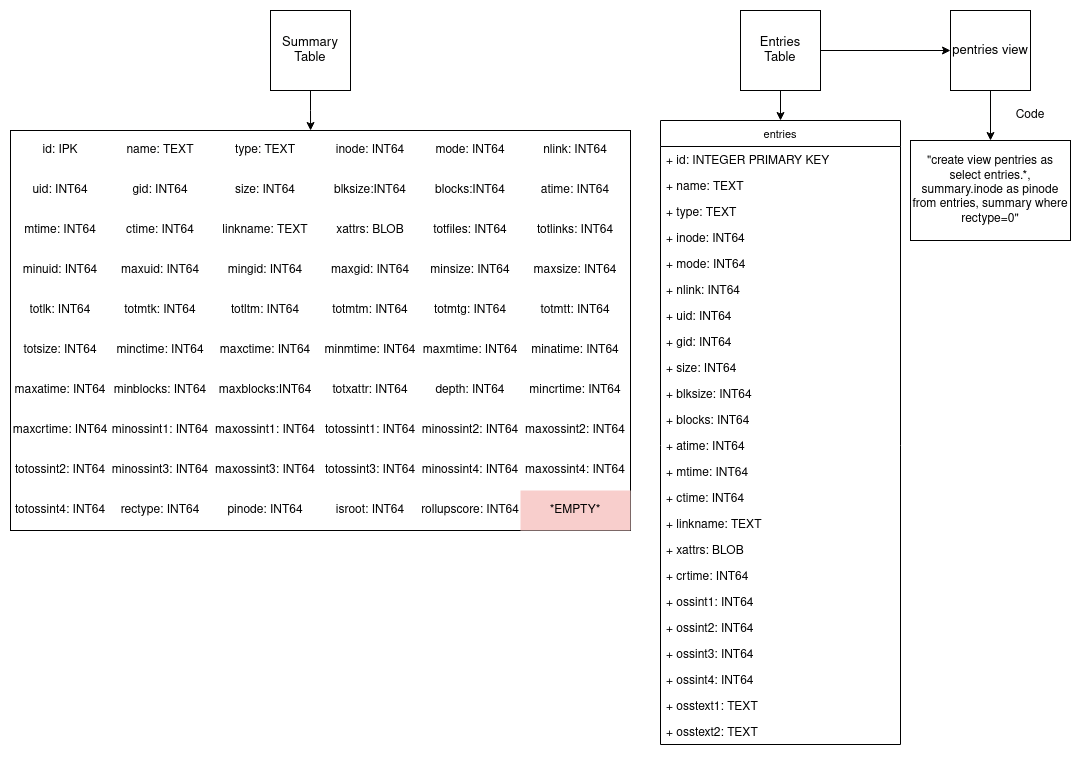
The draw.io diagram docs/latex/images/Database_Schemas.png in mar-file-system/GUFI, before a commit. Source tidied: cells renumbered, new cells last; positions are measured from the earlier drawing's top-left corner, leaving out a move shared by most shapes.
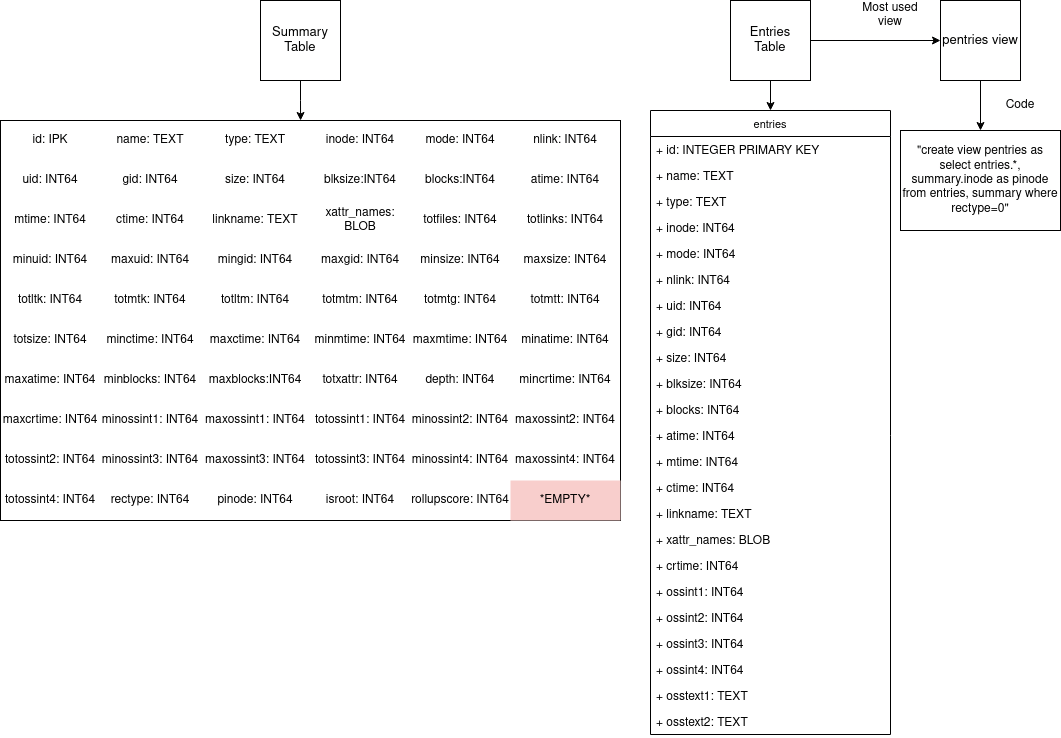
After the commit.

Commit message:
Updated Database Schema Table

The edit, as a diff of the source:
```diff
@@ -65,7 +65,7 @@
     <mxCell id="22" value="+ linkname: TEXT" style="text;strokeColor=none;fillColor=none;align=left;verticalAlign=top;spacingLeft=4;spacingRight=4;overflow=hidden;fontSize=12;fontColor=#000000;" parent="7" vertex="1">
       <mxGeometry y="390" width="240" height="26" as="geometry" />
     </mxCell>
-    <mxCell id="23" value="+ xattrs: BLOB" style="text;strokeColor=none;fillColor=none;align=left;verticalAlign=top;spacingLeft=4;spacingRight=4;overflow=hidden;fontSize=12;fontColor=#000000;" parent="7" vertex="1">
+    <mxCell id="23" value="+ xattr_names: BLOB" style="text;strokeColor=none;fillColor=none;align=left;verticalAlign=top;spacingLeft=4;spacingRight=4;overflow=hidden;fontSize=12;fontColor=#000000;" parent="7" vertex="1">
       <mxGeometry y="416" width="240" height="26" as="geometry" />
     </mxCell>
     <mxCell id="24" value="+ crtime: INT64" style="text;strokeColor=none;fillColor=none;align=left;verticalAlign=top;spacingLeft=4;spacingRight=4;overflow=hidden;fontSize=12;fontColor=#000000;" parent="7" vertex="1">
@@ -146,7 +146,7 @@
     <mxCell id="49" value="linkname: TEXT" style="shape=partialRectangle;html=1;whiteSpace=wrap;fillColor=none;top=0;left=0;bottom=0;right=0;overflow=hidden;fontSize=12;fontColor=#000000;" parent="46" vertex="1">
       <mxGeometry x="200" width="110" height="40" as="geometry" />
     </mxCell>
-    <mxCell id="50" value="xattrs: BLOB" style="shape=partialRectangle;html=1;whiteSpace=wrap;fillColor=none;top=0;left=0;bottom=0;right=0;overflow=hidden;fontSize=12;fontColor=#000000;" parent="46" vertex="1">
+    <mxCell id="50" value="xattr_names: BLOB" style="shape=partialRectangle;html=1;whiteSpace=wrap;fillColor=none;top=0;left=0;bottom=0;right=0;overflow=hidden;fontSize=12;fontColor=#000000;" parent="46" vertex="1">
       <mxGeometry x="310" width="100" height="40" as="geometry" />
     </mxCell>
     <mxCell id="51" value="totfiles: INT64" style="shape=partialRectangle;html=1;whiteSpace=wrap;fillColor=none;top=0;left=0;bottom=0;right=0;overflow=hidden;fontSize=12;fontColor=#000000;" parent="46" vertex="1">
@@ -179,7 +179,7 @@
     <mxCell id="60" style="shape=tableRow;horizontal=0;startSize=0;swimlaneHead=0;swimlaneBody=0;top=0;left=0;bottom=0;right=0;fillColor=none;fontColor=#000000;" parent="31" vertex="1">
       <mxGeometry y="160" width="620" height="40" as="geometry" />
     </mxCell>
-    <mxCell id="61" value="totlk: INT64" style="shape=partialRectangle;html=1;whiteSpace=wrap;fillColor=none;top=0;left=0;bottom=0;right=0;overflow=hidden;fontSize=12;fontColor=#000000;" parent="60" vertex="1">
+    <mxCell id="61" value="totltk: INT64" style="shape=partialRectangle;html=1;whiteSpace=wrap;fillColor=none;top=0;left=0;bottom=0;right=0;overflow=hidden;fontSize=12;fontColor=#000000;" parent="60" vertex="1">
       <mxGeometry width="100" height="40" as="geometry" />
     </mxCell>
     <mxCell id="62" value="totmtk: INT64" style="shape=partialRectangle;html=1;whiteSpace=wrap;fillColor=none;top=0;left=0;bottom=0;right=0;overflow=hidden;fontSize=12;fontColor=#000000;" parent="60" vertex="1">
@@ -311,6 +311,9 @@
     <mxCell id="104" value="&quot;create view pentries as select entries.*, summary.inode as pinode from entries, summary where rectype=0&quot;" style="whiteSpace=wrap;html=1;" parent="1" vertex="1">
       <mxGeometry x="900" y="130" width="160" height="100" as="geometry" />
     </mxCell>
+    <mxCell id="106" value="Most used view" style="text;html=1;strokeColor=none;fillColor=none;align=center;verticalAlign=middle;whiteSpace=wrap;rounded=0;" parent="1" vertex="1">
+      <mxGeometry x="860" width="60" height="30" as="geometry" />
+    </mxCell>
     <mxCell id="105" value="Code" style="text;html=1;strokeColor=none;fillColor=none;align=center;verticalAlign=middle;whiteSpace=wrap;rounded=0;" parent="1" vertex="1">
       <mxGeometry x="990" y="90" width="60" height="30" as="geometry" />
     </mxCell>
```
